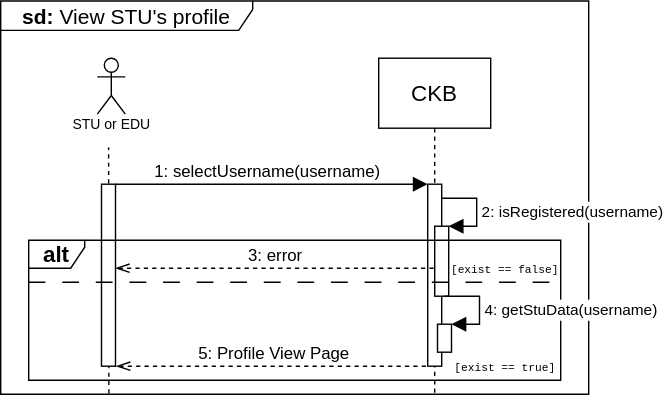
Above: RASD/images/sequence_diagrams/.svg/View_STU's_Profile.svg in pontig/sw-eng-2-PasiniPontiggiaStasi (draw.io), before the change. Source tidied: cells renumbered, new cells last; positions are measured from the earlier drawing's top-left corner, leaving out a move shared by most shapes. Source of this version:
```xml
<mxGraphModel>
  <root>
    <mxCell id="0" />
    <mxCell id="1" parent="0" />
    <mxCell id="2" style="endArrow=none;html=1;rounded=0;fontSize=12;startSize=8;endSize=8;curved=1;dashed=1;entryX=0.476;entryY=1.12;entryDx=0;entryDy=0;entryPerimeter=0;exitX=0.184;exitY=0.998;exitDx=0;exitDy=0;exitPerimeter=0;" parent="1" edge="1" source="7" target="6">
      <mxGeometry relative="1" as="geometry" />
    </mxCell>
    <mxCell id="3" value="CKB" style="shape=umlLifeline;perimeter=lifelinePerimeter;whiteSpace=wrap;html=1;newEdgeStyle={&quot;edgeStyle&quot;:&quot;elbowEdgeStyle&quot;,&quot;elbow&quot;:&quot;vertical&quot;,&quot;curved&quot;:0,&quot;rounded&quot;:0};fontSize=16;size=50;" parent="1" vertex="1">
      <mxGeometry x="270" y="41" width="80" height="240" as="geometry" />
    </mxCell>
    <mxCell id="4" style="html=1;perimeter=orthogonalPerimeter;targetShapes=umlLifeline;newEdgeStyle={&quot;curved&quot;:0,&quot;rounded&quot;:0};fontSize=16;" parent="3" vertex="1">
      <mxGeometry x="35" y="90" width="10" height="130" as="geometry" />
    </mxCell>
    <mxCell id="5" style="shape=umlActor;verticalLabelPosition=bottom;verticalAlign=top;html=1;fontSize=16;" parent="1" vertex="1">
      <mxGeometry x="69" y="41" width="20" height="40" as="geometry" />
    </mxCell>
    <mxCell id="6" value="&lt;font style=&quot;font-size: 10px;&quot;&gt;STU or EDU&lt;/font&gt;" style="text;html=1;align=center;verticalAlign=middle;points=[];strokeColor=none;fillColor=none;fontSize=16;" parent="1" vertex="1">
      <mxGeometry x="39" y="71" width="80" height="30" as="geometry" />
    </mxCell>
    <mxCell id="7" value="&lt;font style=&quot;font-size: 15px;&quot;&gt;&lt;b&gt;sd: &lt;/b&gt;View STU's profile&lt;/font&gt;" style="shape=umlFrame;whiteSpace=wrap;html=1;fontSize=16;width=180;height=21;" parent="1" vertex="1">
      <mxGeometry y="0.2" width="420" height="280.8" as="geometry" />
    </mxCell>
    <mxCell id="8" style="html=1;points=[[0,0,0,0,5],[0,1,0,0,-5],[1,0,0,0,5],[1,1,0,0,-5]];perimeter=orthogonalPerimeter;outlineConnect=0;targetShapes=umlLifeline;portConstraint=eastwest;newEdgeStyle={&quot;curved&quot;:0,&quot;rounded&quot;:0};fontSize=16;" parent="1" vertex="1">
      <mxGeometry x="72" y="131" width="10" height="130" as="geometry" />
    </mxCell>
    <mxCell id="9" style="html=1;align=left;spacingLeft=2;endArrow=block;rounded=0;edgeStyle=orthogonalEdgeStyle;curved=0;rounded=0;fontSize=12;startSize=8;endSize=8;" parent="1" edge="1">
      <mxGeometry x="-0.61" y="10" relative="1" as="geometry">
        <mxPoint x="82" y="131" as="sourcePoint" />
        <mxPoint x="305" y="131" as="targetPoint" />
        <Array as="points">
          <mxPoint x="140" y="131" />
          <mxPoint x="140" y="131" />
        </Array>
      </mxGeometry>
    </mxCell>
    <mxCell id="10" value="1: selectUsername(username)&amp;nbsp;" style="text;html=1;align=center;verticalAlign=middle;strokeColor=none;fillColor=none;" parent="1" vertex="1">
      <mxGeometry x="97" y="107" width="190" height="30" as="geometry" />
    </mxCell>
    <mxCell id="11" value="5: Profile View Page" style="html=1;verticalAlign=bottom;endArrow=none;curved=0;rounded=0;fontSize=12;startSize=8;endSize=8;dashed=1;startArrow=openThin;startFill=0;endFill=0;" parent="1" edge="1">
      <mxGeometry relative="1" as="geometry">
        <mxPoint x="82.5" y="261" as="sourcePoint" />
        <mxPoint x="305.5" y="261" as="targetPoint" />
        <Array as="points">
          <mxPoint x="298" y="261" />
        </Array>
      </mxGeometry>
    </mxCell>
    <mxCell id="12" style="html=1;points=[[0,0,0,0,5],[0,1,0,0,-5],[1,0,0,0,5],[1,1,0,0,-5]];perimeter=orthogonalPerimeter;outlineConnect=0;targetShapes=umlLifeline;portConstraint=eastwest;newEdgeStyle={&quot;curved&quot;:0,&quot;rounded&quot;:0};fontSize=16;" parent="1" vertex="1">
      <mxGeometry x="310" y="161" width="10" height="50" as="geometry" />
    </mxCell>
    <mxCell id="13" value="&lt;font style=&quot;font-size: 11px;&quot;&gt;2: isRegistered(username)&lt;/font&gt;" style="html=1;align=left;spacingLeft=2;endArrow=block;rounded=0;edgeStyle=orthogonalEdgeStyle;curved=0;rounded=0;fontSize=12;startSize=8;endSize=8;" parent="1" edge="1" target="12">
      <mxGeometry x="0.08" relative="1" as="geometry">
        <mxPoint x="315" y="141" as="sourcePoint" />
        <Array as="points">
          <mxPoint x="340" y="141" />
          <mxPoint x="340" y="161" />
        </Array>
      </mxGeometry>
    </mxCell>
    <mxCell id="14" value="&lt;b&gt;alt&lt;/b&gt;" style="shape=umlFrame;whiteSpace=wrap;html=1;fontSize=16;width=40;height=20;" parent="1" vertex="1">
      <mxGeometry x="20" y="171" width="380" height="100" as="geometry" />
    </mxCell>
    <mxCell id="15" value="3: error" style="html=1;verticalAlign=bottom;endArrow=none;curved=0;rounded=0;fontSize=12;startSize=8;endSize=8;dashed=1;startArrow=openThin;startFill=0;endFill=0;" parent="1" edge="1" source="8" target="12">
      <mxGeometry relative="1" as="geometry">
        <Array as="points">
          <mxPoint x="299" y="191" />
        </Array>
      </mxGeometry>
    </mxCell>
    <mxCell id="16" style="endArrow=none;html=1;rounded=0;fontSize=12;startSize=8;endSize=8;curved=1;dashed=1;dashPattern=12 12;" parent="1" edge="1">
      <mxGeometry relative="1" as="geometry">
        <mxPoint x="20" y="201" as="sourcePoint" />
        <mxPoint x="400" y="201" as="targetPoint" />
      </mxGeometry>
    </mxCell>
    <mxCell id="17" style="html=1;points=[[0,0,0,0,5],[0,1,0,0,-5],[1,0,0,0,5],[1,1,0,0,-5]];perimeter=orthogonalPerimeter;outlineConnect=0;targetShapes=umlLifeline;portConstraint=eastwest;newEdgeStyle={&quot;curved&quot;:0,&quot;rounded&quot;:0};fontSize=16;" parent="1" vertex="1">
      <mxGeometry x="312" y="231" width="10" height="20" as="geometry" />
    </mxCell>
    <mxCell id="18" value="&lt;font style=&quot;font-size: 11px;&quot;&gt;4: getStuData(username)&lt;/font&gt;" style="html=1;align=left;spacingLeft=2;endArrow=block;rounded=0;edgeStyle=orthogonalEdgeStyle;curved=0;rounded=0;fontSize=12;startSize=8;endSize=8;" parent="1" edge="1" target="17">
      <mxGeometry x="0.08" relative="1" as="geometry">
        <mxPoint x="317" y="211" as="sourcePoint" />
        <Array as="points">
          <mxPoint x="342" y="211" />
          <mxPoint x="342" y="231" />
        </Array>
      </mxGeometry>
    </mxCell>
    <mxCell id="19" value="&lt;pre&gt;&lt;font style=&quot;font-size: 8px;&quot;&gt;[exist == false]&lt;/font&gt;&lt;/pre&gt;" style="text;html=1;align=center;verticalAlign=middle;strokeColor=none;fillColor=none;fontSize=16;" parent="1" vertex="1">
      <mxGeometry x="315" y="161" width="90" height="60" as="geometry" />
    </mxCell>
    <mxCell id="20" value="&lt;pre&gt;&lt;font style=&quot;font-size: 8px;&quot;&gt;[exist == true]&lt;/font&gt;&lt;/pre&gt;" style="text;html=1;align=center;verticalAlign=middle;strokeColor=none;fillColor=none;fontSize=16;" parent="1" vertex="1">
      <mxGeometry x="315" y="231" width="90" height="60" as="geometry" />
    </mxCell>
  </root>
</mxGraphModel>
```
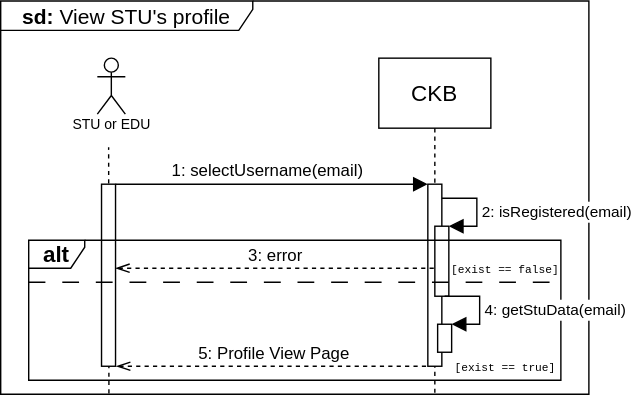
Above is the later version.

What changed in the source:
```diff
@@ -33,8 +33,8 @@
         </Array>
       </mxGeometry>
     </mxCell>
-    <mxCell id="10" value="1: selectUsername(username)&amp;nbsp;" style="text;html=1;align=center;verticalAlign=middle;strokeColor=none;fillColor=none;" parent="1" vertex="1">
-      <mxGeometry x="97" y="107" width="190" height="30" as="geometry" />
+    <mxCell id="10" value="1: selectUsername(email)&amp;nbsp;" style="text;html=1;align=center;verticalAlign=middle;strokeColor=none;fillColor=none;" parent="1" vertex="1">
+      <mxGeometry x="112" y="107" width="160" height="30" as="geometry" />
     </mxCell>
     <mxCell id="11" value="5: Profile View Page" style="html=1;verticalAlign=bottom;endArrow=none;curved=0;rounded=0;fontSize=12;startSize=8;endSize=8;dashed=1;startArrow=openThin;startFill=0;endFill=0;" parent="1" edge="1">
       <mxGeometry relative="1" as="geometry">
@@ -48,7 +48,7 @@
     <mxCell id="12" style="html=1;points=[[0,0,0,0,5],[0,1,0,0,-5],[1,0,0,0,5],[1,1,0,0,-5]];perimeter=orthogonalPerimeter;outlineConnect=0;targetShapes=umlLifeline;portConstraint=eastwest;newEdgeStyle={&quot;curved&quot;:0,&quot;rounded&quot;:0};fontSize=16;" parent="1" vertex="1">
       <mxGeometry x="310" y="161" width="10" height="50" as="geometry" />
     </mxCell>
-    <mxCell id="13" value="&lt;font style=&quot;font-size: 11px;&quot;&gt;2: isRegistered(username)&lt;/font&gt;" style="html=1;align=left;spacingLeft=2;endArrow=block;rounded=0;edgeStyle=orthogonalEdgeStyle;curved=0;rounded=0;fontSize=12;startSize=8;endSize=8;" parent="1" edge="1" target="12">
+    <mxCell id="13" value="&lt;font style=&quot;font-size: 11px;&quot;&gt;2: isRegistered(email)&lt;/font&gt;" style="html=1;align=left;spacingLeft=2;endArrow=block;rounded=0;edgeStyle=orthogonalEdgeStyle;curved=0;rounded=0;fontSize=12;startSize=8;endSize=8;" parent="1" edge="1" target="12">
       <mxGeometry x="0.08" relative="1" as="geometry">
         <mxPoint x="315" y="141" as="sourcePoint" />
         <Array as="points">
@@ -76,7 +76,7 @@
     <mxCell id="17" style="html=1;points=[[0,0,0,0,5],[0,1,0,0,-5],[1,0,0,0,5],[1,1,0,0,-5]];perimeter=orthogonalPerimeter;outlineConnect=0;targetShapes=umlLifeline;portConstraint=eastwest;newEdgeStyle={&quot;curved&quot;:0,&quot;rounded&quot;:0};fontSize=16;" parent="1" vertex="1">
       <mxGeometry x="312" y="231" width="10" height="20" as="geometry" />
     </mxCell>
-    <mxCell id="18" value="&lt;font style=&quot;font-size: 11px;&quot;&gt;4: getStuData(username)&lt;/font&gt;" style="html=1;align=left;spacingLeft=2;endArrow=block;rounded=0;edgeStyle=orthogonalEdgeStyle;curved=0;rounded=0;fontSize=12;startSize=8;endSize=8;" parent="1" edge="1" target="17">
+    <mxCell id="18" value="&lt;font style=&quot;font-size: 11px;&quot;&gt;4: getStuData(email)&lt;/font&gt;" style="html=1;align=left;spacingLeft=2;endArrow=block;rounded=0;edgeStyle=orthogonalEdgeStyle;curved=0;rounded=0;fontSize=12;startSize=8;endSize=8;" parent="1" edge="1" target="17">
       <mxGeometry x="0.08" relative="1" as="geometry">
         <mxPoint x="317" y="211" as="sourcePoint" />
         <Array as="points">
```
